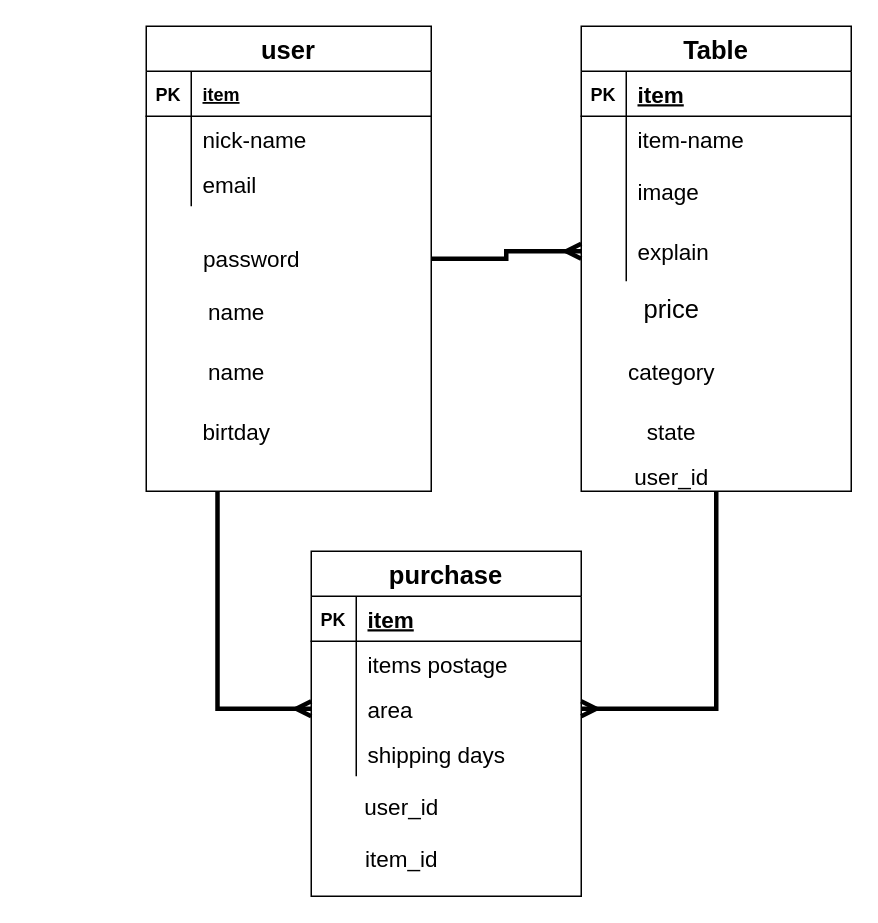
Earlier version of the draw.io diagram furima.dio (komagenn/furima-36744). Source tidied: cells renumbered, new cells numbered last; positions are measured from the earlier drawing's top-left corner, leaving out a move shared by most shapes. Both pictures are drawn from the tidied source at 150%, with x=0, y=0 at pixel (146, 26).
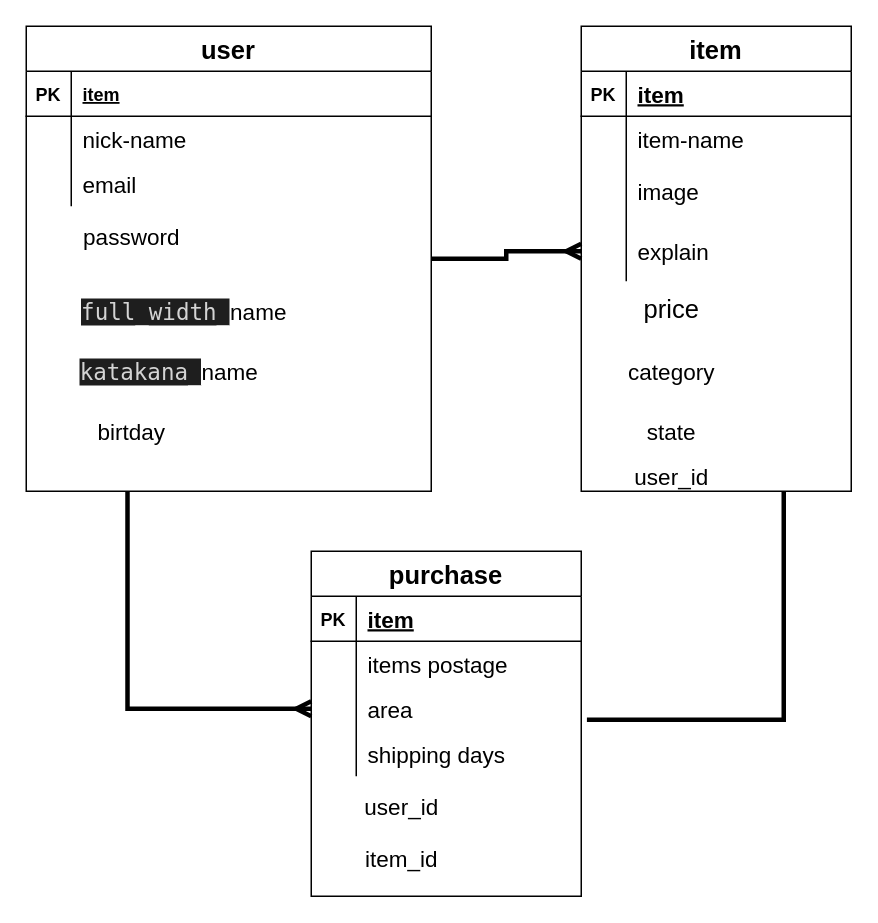
After the change.

Commit message (it also covers changes not shown here):
データベース修正

The change refers to these unchanged cells:
```xml
<mxCell id="42" style="shape=partialRectangle;fillColor=none;top=0;left=0;bottom=0;right=0;points=[[0,0.5],[1,0.5]];portConstraint=eastwest;" parent="35" vertex="1">
  <mxGeometry y="90" width="180" height="30" as="geometry" />
</mxCell>
```

What changed in the source:
```diff
@@
     <mxCell id="4" value="user" style="shape=table;startSize=30;childLayout=tableLayout;rowLines=0;fontStyle=1;align=center;fontSize=17;" parent="1" vertex="1">
-      <mxGeometry width="190" height="310" as="geometry" />
+      <mxGeometry x="-80" width="270" height="310" as="geometry" />
     </mxCell>
     <mxCell id="5" style="shape=partialRectangle;fillColor=none;top=0;left=0;bottom=1;right=0;" parent="4" vertex="1">
-      <mxGeometry y="30" width="190" height="30" as="geometry" />
+      <mxGeometry y="30" width="270" height="30" as="geometry" />
     </mxCell>
@@
     <mxCell id="7" value="item" style="shape=partialRectangle;fillColor=none;top=0;left=0;bottom=0;right=0;align=left;spacingLeft=6;fontStyle=5;overflow=hidden;" parent="5" vertex="1">
-      <mxGeometry x="30" width="160" height="30" as="geometry" />
+      <mxGeometry x="30" width="240" height="30" as="geometry" />
     </mxCell>
     <mxCell id="8" style="shape=partialRectangle;fillColor=none;top=0;left=0;bottom=0;right=0;" parent="4" vertex="1">
-      <mxGeometry y="60" width="190" height="30" as="geometry" />
+      <mxGeometry y="60" width="270" height="30" as="geometry" />
     </mxCell>
@@
     <mxCell id="10" value="nick-name" style="shape=partialRectangle;fillColor=none;top=0;left=0;bottom=0;right=0;align=left;spacingLeft=6;overflow=hidden;fontSize=15;" parent="8" vertex="1">
-      <mxGeometry x="30" width="160" height="30" as="geometry" />
+      <mxGeometry x="30" width="240" height="30" as="geometry" />
     </mxCell>
     <mxCell id="11" style="shape=partialRectangle;fillColor=none;top=0;left=0;bottom=0;right=0;" parent="4" vertex="1">
-      <mxGeometry y="90" width="190" height="30" as="geometry" />
+      <mxGeometry y="90" width="270" height="30" as="geometry" />
     </mxCell>
@@
     <mxCell id="13" value="email" style="shape=partialRectangle;fillColor=none;top=0;left=0;bottom=0;right=0;align=left;spacingLeft=6;overflow=hidden;fontSize=15;" parent="11" vertex="1">
-      <mxGeometry x="30" width="160" height="30" as="geometry" />
+      <mxGeometry x="30" width="240" height="30" as="geometry" />
     </mxCell>
     <mxCell id="14" value="password" style="text;html=1;align=center;verticalAlign=middle;strokeColor=none;strokeWidth=10;fontSize=15;" parent="1" vertex="1">
-      <mxGeometry x="30" y="145" width="80" height="20" as="geometry" />
+      <mxGeometry x="-50" y="130" width="80" height="20" as="geometry" />
     </mxCell>
-    <mxCell id="15" value="name" style="text;html=1;align=center;verticalAlign=middle;strokeColor=none;fontSize=15;" parent="1" vertex="1">
-      <mxGeometry x="35" y="220" width="50" height="20" as="geometry" />
+    <mxCell id="15" value="&lt;font style=&quot;font-size: 15px&quot;&gt;&lt;span style=&quot;background-color: rgb(30 , 30 , 30) ; color: rgb(212 , 212 , 212) ; font-family: &amp;#34;menlo&amp;#34; , &amp;#34;monaco&amp;#34; , &amp;#34;courier new&amp;#34; , monospace&quot;&gt;katakana_&lt;/span&gt;name&lt;/font&gt;" style="text;html=1;align=center;verticalAlign=middle;strokeColor=none;fontSize=15;" parent="1" vertex="1">
+      <mxGeometry x="-50" y="220" width="130" height="20" as="geometry" />
     </mxCell>
     <mxCell id="16" value="birtday" style="text;html=1;align=center;verticalAlign=middle;strokeColor=none;fontSize=15;" parent="1" vertex="1">
-      <mxGeometry x="30" y="260" width="60" height="20" as="geometry" />
+      <mxGeometry x="-40" y="260" width="60" height="20" as="geometry" />
     </mxCell>
-    <mxCell id="17" value="name" style="text;html=1;align=center;verticalAlign=middle;strokeColor=none;fontSize=15;" parent="1" vertex="1">
-      <mxGeometry x="35" y="180" width="50" height="20" as="geometry" />
+    <mxCell id="17" value="&lt;font style=&quot;font-size: 15px&quot;&gt;&lt;span style=&quot;background-color: rgb(30 , 30 , 30) ; color: rgb(212 , 212 , 212) ; font-family: &amp;#34;menlo&amp;#34; , &amp;#34;monaco&amp;#34; , &amp;#34;courier new&amp;#34; , monospace&quot;&gt;full_width_&lt;/span&gt;name&lt;/font&gt;" style="text;html=1;align=center;verticalAlign=middle;strokeColor=none;fontSize=15;" parent="1" vertex="1">
+      <mxGeometry x="-50" y="180" width="150" height="20" as="geometry" />
     </mxCell>
-    <mxCell id="18" style="edgeStyle=orthogonalEdgeStyle;rounded=0;jettySize=auto;html=1;entryX=1;entryY=0.5;entryDx=0;entryDy=0;fontSize=15;endArrow=ERmany;endFill=0;strokeWidth=3;" parent="1" edge="1" source="19" target="42">
+    <mxCell id="18" style="edgeStyle=orthogonalEdgeStyle;rounded=0;jettySize=auto;html=1;exitX=0.75;exitY=1;exitDx=0;exitDy=0;entryX=1.021;entryY=0.747;entryDx=0;entryDy=0;entryPerimeter=0;endArrow=none;endFill=0;strokeWidth=3;" parent="1" edge="1" source="19" target="42">
       <mxGeometry relative="1" as="geometry" />
     </mxCell>
-    <mxCell id="19" value="Table" style="shape=table;startSize=30;childLayout=tableLayout;rowLines=0;fontStyle=1;align=center;fontSize=17;strokeWidth=1;verticalAlign=middle;" parent="1" vertex="1">
+    <mxCell id="19" value="item" style="shape=table;startSize=30;childLayout=tableLayout;rowLines=0;fontStyle=1;align=center;fontSize=17;strokeWidth=1;verticalAlign=middle;" parent="1" vertex="1">
       <mxGeometry x="290" width="180" height="310" as="geometry" />
     </mxCell>
```
